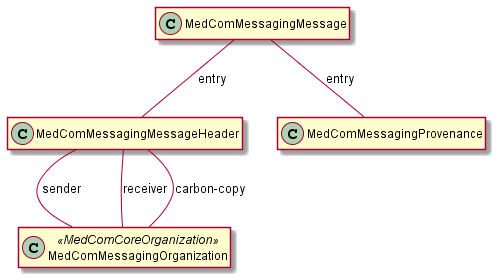
Above: docs/assets/images/MessagingModel.png in medcomdk/dk-medcom-messaging (PlantUML), before the change.
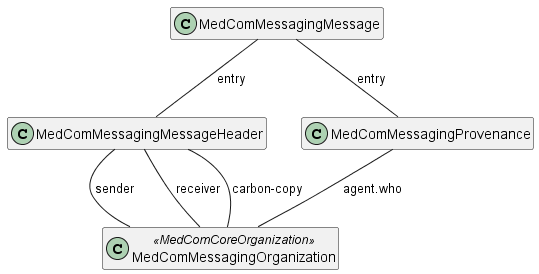
Above is the later version.

Change to the diagram source:
```diff
@@ -10,6 +10,8 @@
 message -- messageHeader : "entry"
 message -- provenance : "entry"
 
+provenance -- organization : "agent.who"
+
 messageHeader -- organization : "sender"
 messageHeader -- organization : "receiver"
 messageHeader -- organization : "carbon-copy"
```
